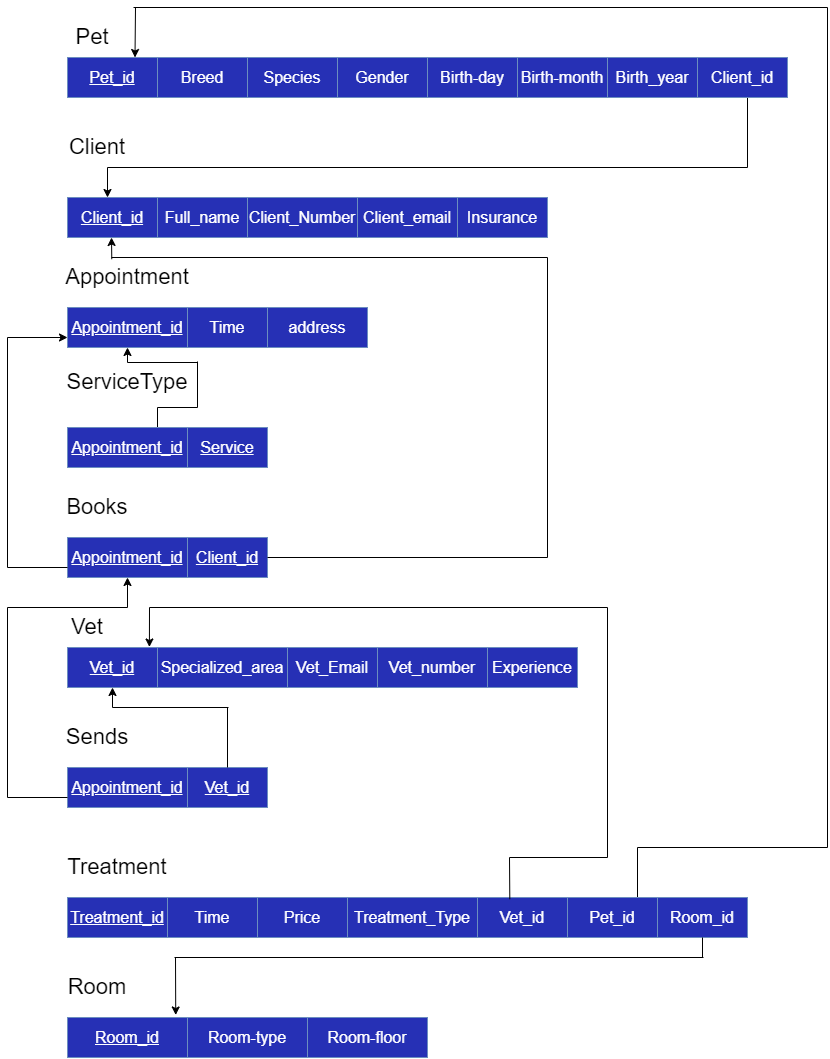
The draw.io diagram RelationalSchemaPetClinic.drawio.png in tomztz/SQL-Pet-Clinic, before a commit. Source tidied: cells renumbered, new cells last; positions are measured from the earlier drawing's top-left corner, leaving out a move shared by most shapes.
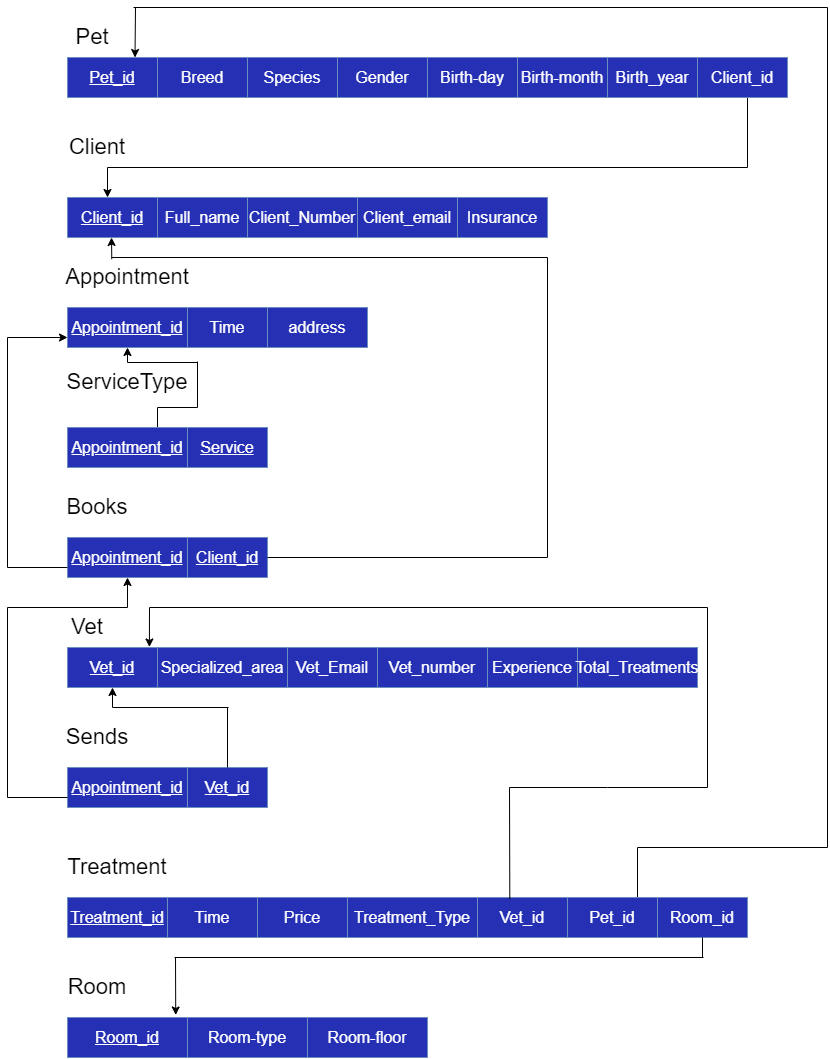
Later version of the same file.

The edit, as a diff of the source:
```diff
@@ -257,24 +257,24 @@
     <mxCell id="66" style="endArrow=none;html=1;rounded=0;fontSize=16;fontColor=#FFFFFF;" parent="1" edge="1">
       <mxGeometry relative="1" as="geometry">
         <mxPoint x="142" y="600" as="sourcePoint" />
-        <mxPoint x="600" y="600" as="targetPoint" />
+        <mxPoint x="700" y="600" as="targetPoint" />
       </mxGeometry>
     </mxCell>
     <mxCell id="67" style="endArrow=none;html=1;rounded=0;fontSize=16;fontColor=#FFFFFF;" parent="1" edge="1">
       <mxGeometry relative="1" as="geometry">
-        <mxPoint x="600" y="850" as="sourcePoint" />
-        <mxPoint x="600" y="600" as="targetPoint" />
+        <mxPoint x="600" y="780" as="sourcePoint" />
+        <mxPoint x="700" y="780" as="targetPoint" />
       </mxGeometry>
     </mxCell>
     <mxCell id="68" style="endArrow=none;html=1;rounded=0;fontSize=16;fontColor=#FFFFFF;" parent="1" edge="1">
       <mxGeometry relative="1" as="geometry">
-        <mxPoint x="502" y="850" as="sourcePoint" />
-        <mxPoint x="600" y="850" as="targetPoint" />
+        <mxPoint x="502" y="780" as="sourcePoint" />
+        <mxPoint x="600" y="780" as="targetPoint" />
       </mxGeometry>
     </mxCell>
     <mxCell id="69" style="endArrow=none;html=1;rounded=0;fontSize=16;fontColor=#FFFFFF;exitX=0.359;exitY=0.043;exitDx=0;exitDy=0;exitPerimeter=0;" parent="1" edge="1" source="64">
       <mxGeometry relative="1" as="geometry">
-        <mxPoint x="502" y="850" as="targetPoint" />
+        <mxPoint x="502" y="780" as="targetPoint" />
       </mxGeometry>
     </mxCell>
     <mxCell id="70" value="&lt;font color=&quot;#ffffff&quot;&gt;&lt;span style=&quot;font-size: 16px&quot;&gt;Pet_id&lt;/span&gt;&lt;/font&gt;" style="rounded=0;whiteSpace=wrap;html=1;fillColor=#2630B5;strokeColor=#6c8ebf;" parent="1" vertex="1">
@@ -334,5 +334,14 @@
         <mxPoint x="695" y="950" as="sourcePoint" />
       </mxGeometry>
     </mxCell>
+    <mxCell id="83" value="&lt;font color=&quot;#ffffff&quot;&gt;&lt;span style=&quot;font-size: 16px&quot;&gt;Total_Treatments&lt;/span&gt;&lt;/font&gt;" style="rounded=0;whiteSpace=wrap;html=1;fillColor=#2630B5;strokeColor=#6c8ebf;" parent="1" vertex="1">
+      <mxGeometry x="570" y="640" width="120" height="40" as="geometry" />
+    </mxCell>
+    <mxCell id="84" style="endArrow=none;html=1;rounded=0;fontSize=16;fontColor=#FFFFFF;" parent="1" edge="1">
+      <mxGeometry relative="1" as="geometry">
+        <mxPoint x="700" y="780" as="sourcePoint" />
+        <mxPoint x="700" y="600" as="targetPoint" />
+      </mxGeometry>
+    </mxCell>
   </root>
 </mxGraphModel>
```
